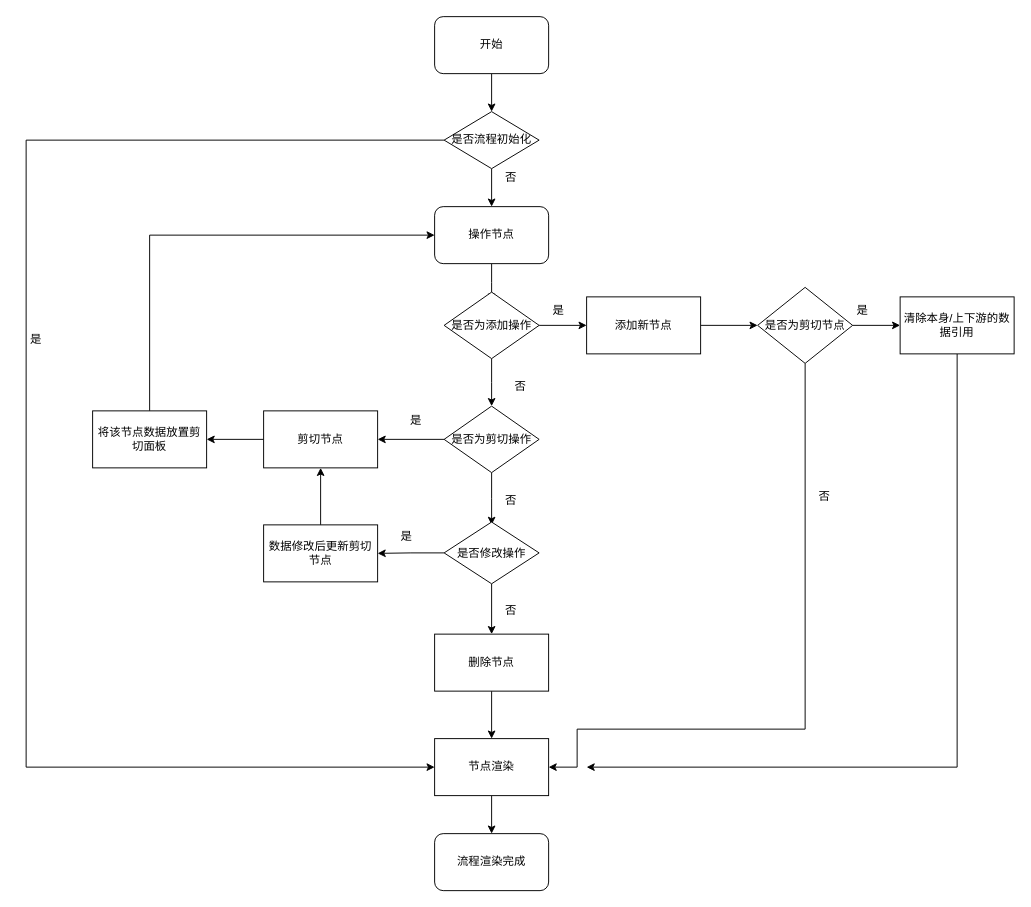
Earlier version of the draw.io diagram 移动节点流程.drawio (dlf9412/drawio-folder). Source tidied: cells renumbered, new cells numbered last; positions are measured from the earlier drawing's top-left corner, leaving out a move shared by most shapes. Both pictures are drawn from the tidied source at 95%, with x=0, y=0 at pixel (16, 16).
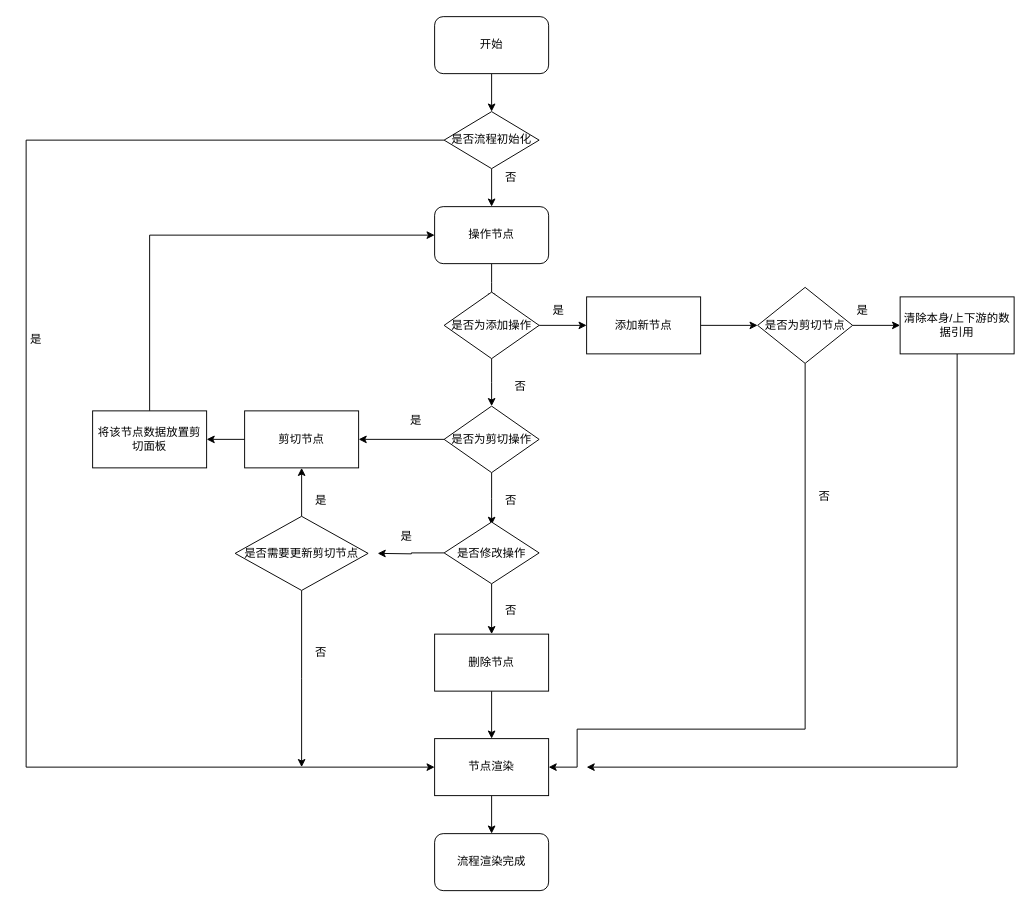
Above is the later version.

Commit message (it also covers changes not shown here):
更新移动节点流程.drawio

Unchanged cells that the change refers to:
```xml
<mxCell id="32" value="是否修改操作" style="strokeWidth=1;html=1;shape=mxgraph.flowchart.decision;whiteSpace=wrap;" parent="1" vertex="1">
  <mxGeometry x="450" y="532" width="100" height="65" as="geometry" />
</mxCell>
```

Change to the diagram source:
```diff
@@
     <mxCell id="22" value="剪切节点" style="whiteSpace=wrap;html=1;strokeWidth=1;" parent="1" vertex="1">
-      <mxGeometry x="260" y="415" width="120" height="60" as="geometry" />
+      <mxGeometry x="240" y="415" width="120" height="60" as="geometry" />
     </mxCell>
@@
-    <mxCell id="28" style="edgeStyle=orthogonalEdgeStyle;rounded=0;jettySize=auto;html=1;" parent="1" edge="1" source="29" target="22">
-      <mxGeometry relative="1" as="geometry" />
-    </mxCell>
-    <mxCell id="29" value="数据修改后更新剪切节点" style="whiteSpace=wrap;html=1;strokeWidth=1;" parent="1" vertex="1">
-      <mxGeometry x="260" y="535" width="120" height="60" as="geometry" />
-    </mxCell>
@@
-    <mxCell id="31" style="edgeStyle=orthogonalEdgeStyle;rounded=0;jettySize=auto;html=1;" parent="1" edge="1" source="32" target="29">
-      <mxGeometry relative="1" as="geometry" />
+    <mxCell id="31" style="edgeStyle=orthogonalEdgeStyle;rounded=0;jettySize=auto;html=1;" parent="1" edge="1" source="32">
+      <mxGeometry relative="1" as="geometry">
+        <mxPoint x="380" y="565" as="targetPoint" />
+      </mxGeometry>
     </mxCell>
@@
+    <mxCell id="46" style="edgeStyle=orthogonalEdgeStyle;rounded=0;jettySize=auto;html=1;" parent="1" edge="1" source="48" target="22">
+      <mxGeometry relative="1" as="geometry" />
+    </mxCell>
+    <mxCell id="47" style="edgeStyle=orthogonalEdgeStyle;rounded=0;jettySize=auto;html=1;" parent="1" edge="1" source="48">
+      <mxGeometry relative="1" as="geometry">
+        <mxPoint x="300" y="790" as="targetPoint" />
+      </mxGeometry>
+    </mxCell>
+    <mxCell id="48" value="是否需要更新剪切节点" style="strokeWidth=1;html=1;shape=mxgraph.flowchart.decision;whiteSpace=wrap;" parent="1" vertex="1">
+      <mxGeometry x="230" y="526" width="140" height="78" as="geometry" />
+    </mxCell>
+    <mxCell id="49" value="是" style="text;html=1;align=center;verticalAlign=middle;strokeColor=none;fillColor=none;" parent="1" vertex="1">
+      <mxGeometry x="300" y="495" width="40" height="30" as="geometry" />
+    </mxCell>
+    <mxCell id="50" value="否" style="text;html=1;align=center;verticalAlign=middle;strokeColor=none;fillColor=none;" parent="1" vertex="1">
+      <mxGeometry x="300" y="655" width="40" height="30" as="geometry" />
+    </mxCell>
```
